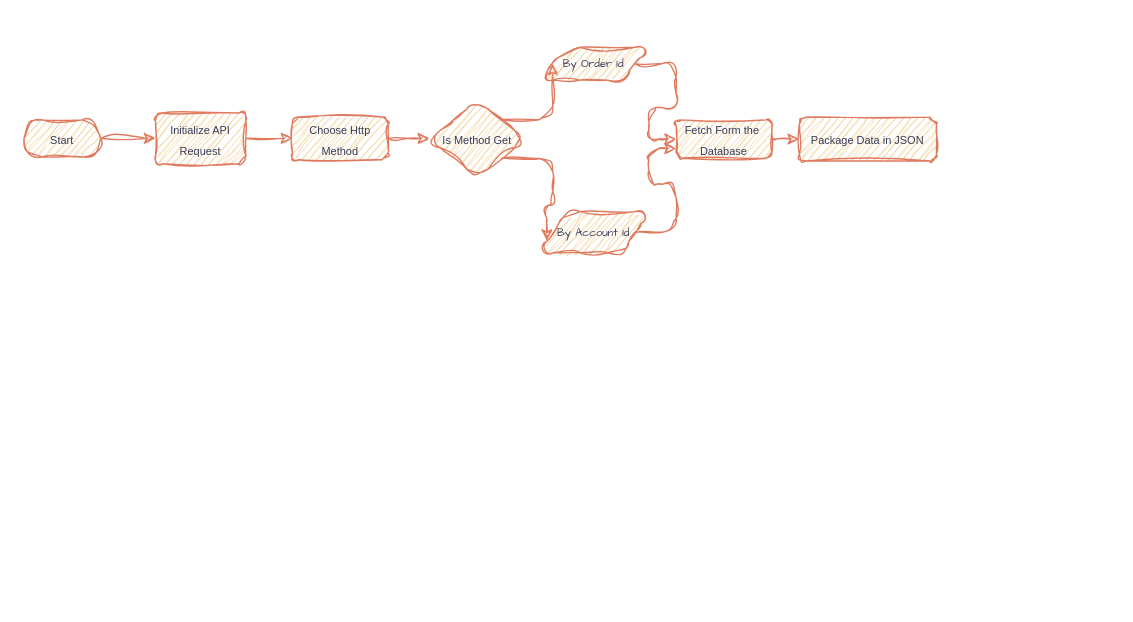
Above: Untitled Diagram.drawio in EliteMandy/Drawing (draw.io), before the change. Source tidied: cells renumbered, new cells numbered last; positions are measured from the earlier drawing's top-left corner, leaving out a move shared by most shapes. Both pictures are drawn from the tidied source at 137%, with x=0, y=0 at pixel (23, 47).
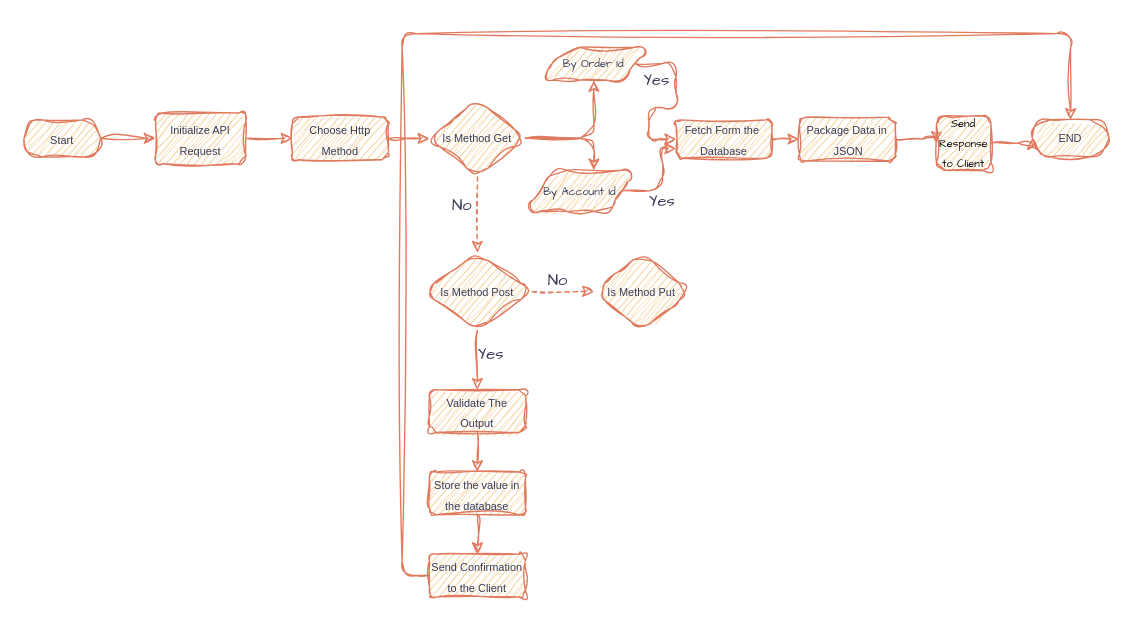
After the change.

Unchanged cells that the change refers to:
```xml
<mxCell id="12" value="&lt;font style=&quot;font-size: 8px;&quot;&gt;By Order Id&lt;/font&gt;" style="shape=parallelogram;perimeter=parallelogramPerimeter;whiteSpace=wrap;html=1;fixedSize=1;rounded=1;sketch=1;hachureGap=4;jiggle=2;curveFitting=1;strokeColor=#E07A5F;fontFamily=Architects Daughter;fontColor=#393C56;fillColor=#F2CC8F;" parent="1" vertex="1">
  <mxGeometry x="376" width="80" height="24" as="geometry" />
</mxCell>
```

The edit, as a diff of the source:
```diff
@@
-    <mxCell id="8" style="edgeStyle=orthogonalEdgeStyle;rounded=1;sketch=1;hachureGap=4;jiggle=2;curveFitting=1;jettySize=auto;html=1;exitX=1;exitY=0;exitDx=0;exitDy=0;entryX=0;entryY=0.5;entryDx=0;entryDy=0;strokeColor=#E07A5F;fontFamily=Architects Daughter;fontColor=#393C56;fillColor=#F2CC8F;" parent="1" edge="1" source="10" target="12">
+    <mxCell id="8" style="edgeStyle=orthogonalEdgeStyle;rounded=1;sketch=1;hachureGap=4;jiggle=2;curveFitting=1;jettySize=auto;html=1;exitX=1;exitY=0.5;exitDx=0;exitDy=0;entryX=0.5;entryY=1;entryDx=0;entryDy=0;strokeColor=#E07A5F;fontFamily=Architects Daughter;fontColor=#393C56;fillColor=#F2CC8F;" parent="1" edge="1" source="10" target="12">
       <mxGeometry relative="1" as="geometry" />
     </mxCell>
-    <mxCell id="9" style="edgeStyle=orthogonalEdgeStyle;rounded=1;sketch=1;hachureGap=4;jiggle=2;curveFitting=1;jettySize=auto;html=1;exitX=1;exitY=1;exitDx=0;exitDy=0;entryX=0;entryY=0.75;entryDx=0;entryDy=0;strokeColor=#E07A5F;fontFamily=Architects Daughter;fontColor=#393C56;fillColor=#F2CC8F;" parent="1" edge="1" source="10" target="14">
-      <mxGeometry relative="1" as="geometry" />
-    </mxCell>
+    <mxCell id="18" style="edgeStyle=orthogonalEdgeStyle;rounded=1;sketch=1;hachureGap=4;jiggle=2;curveFitting=1;jettySize=auto;html=1;exitX=0.5;exitY=1;exitDx=0;exitDy=0;entryX=0.5;entryY=0;entryDx=0;entryDy=0;strokeColor=#E07A5F;fontFamily=Architects Daughter;fontColor=#393C56;fillColor=#F2CC8F;dashed=1;" parent="1" edge="1" source="10" target="27">
+      <mxGeometry relative="1" as="geometry" />
+    </mxCell>
     <mxCell id="10" value="&lt;font style=&quot;font-size: 8px;&quot;&gt;Is Method Get&lt;/font&gt;" style="rhombus;whiteSpace=wrap;html=1;sketch=1;curveFitting=1;jiggle=2;labelBackgroundColor=none;fillColor=#F2CC8F;strokeColor=#E07A5F;fontColor=#393C56;rounded=1;" parent="1" vertex="1">
-      <mxGeometry x="296" y="38.8" width="70" height="56.5" as="geometry" />
+      <mxGeometry x="296" y="38.1" width="70" height="56.5" as="geometry" />
     </mxCell>
@@
     <mxCell id="14" value="&lt;font style=&quot;font-size: 8px;&quot;&gt;By Account Id&lt;/font&gt;" style="shape=parallelogram;perimeter=parallelogramPerimeter;whiteSpace=wrap;html=1;fixedSize=1;rounded=1;sketch=1;hachureGap=4;jiggle=2;curveFitting=1;strokeColor=#E07A5F;fontFamily=Architects Daughter;fontColor=#393C56;fillColor=#F2CC8F;" parent="1" vertex="1">
-      <mxGeometry x="376" y="120" width="80" height="30" as="geometry" />
+      <mxGeometry x="366" y="89.8" width="80" height="30" as="geometry" />
     </mxCell>
@@
+    <mxCell id="19" style="edgeStyle=orthogonalEdgeStyle;rounded=1;sketch=1;hachureGap=4;jiggle=2;curveFitting=1;jettySize=auto;html=1;exitX=1;exitY=0.5;exitDx=0;exitDy=0;entryX=0;entryY=0.5;entryDx=0;entryDy=0;strokeColor=#E07A5F;fontFamily=Architects Daughter;fontColor=#393C56;fillColor=#F2CC8F;" parent="1" edge="1" source="17" target="21">
+      <mxGeometry relative="1" as="geometry" />
+    </mxCell>
-    <mxCell id="17" value="&lt;font style=&quot;font-size: 8px;&quot;&gt;Package Data in JSON&lt;/font&gt;" style="rounded=1;whiteSpace=wrap;html=1;sketch=1;curveFitting=1;jiggle=2;labelBackgroundColor=none;fillColor=#F2CC8F;strokeColor=#E07A5F;fontColor=#393C56;" parent="1" vertex="1">
-      <mxGeometry x="566" y="51" width="100" height="32" as="geometry" />
+    <mxCell id="17" value="&lt;font style=&quot;font-size: 8px;&quot;&gt;Package Data in&lt;/font&gt;&lt;div&gt;&lt;font style=&quot;font-size: 8px;&quot;&gt;&amp;nbsp;JSON&lt;/font&gt;&lt;/div&gt;" style="rounded=1;whiteSpace=wrap;html=1;sketch=1;curveFitting=1;jiggle=2;labelBackgroundColor=none;fillColor=#F2CC8F;strokeColor=#E07A5F;fontColor=#393C56;" parent="1" vertex="1">
+      <mxGeometry x="566" y="51" width="70" height="32" as="geometry" />
     </mxCell>
+    <mxCell id="20" style="edgeStyle=orthogonalEdgeStyle;rounded=1;sketch=1;hachureGap=4;jiggle=2;curveFitting=1;jettySize=auto;html=1;exitX=1;exitY=0.5;exitDx=0;exitDy=0;entryX=0;entryY=0.5;entryDx=0;entryDy=0;strokeColor=#E07A5F;fontFamily=Architects Daughter;fontColor=#393C56;fillColor=#F2CC8F;" parent="1" edge="1" source="21" target="22">
+      <mxGeometry relative="1" as="geometry" />
+    </mxCell>
+    <mxCell id="21" value="&lt;span data-lucid-content=&quot;{&amp;quot;t&amp;quot;:&amp;quot;Send Response to Client&amp;quot;,&amp;quot;m&amp;quot;:[{&amp;quot;s&amp;quot;:0,&amp;quot;n&amp;quot;:&amp;quot;p&amp;quot;,&amp;quot;v&amp;quot;:1.2},{&amp;quot;s&amp;quot;:0,&amp;quot;n&amp;quot;:&amp;quot;s&amp;quot;,&amp;quot;v&amp;quot;:22.22222222222222,&amp;quot;e&amp;quot;:23},{&amp;quot;s&amp;quot;:0,&amp;quot;n&amp;quot;:&amp;quot;fsp&amp;quot;,&amp;quot;v&amp;quot;:&amp;quot;ss_presetShapeStyle2_textStyle&amp;quot;,&amp;quot;e&amp;quot;:23},{&amp;quot;s&amp;quot;:0,&amp;quot;n&amp;quot;:&amp;quot;fsp2&amp;quot;,&amp;quot;v&amp;quot;:&amp;quot;ss_presetShapeStyle2_textStyle&amp;quot;,&amp;quot;e&amp;quot;:23}]}&quot;&gt;&lt;span style=&quot;color: rgb(0, 0, 0);&quot;&gt;&lt;font style=&quot;font-size: 8px;&quot;&gt;Send Response to Client&lt;/font&gt;&lt;/span&gt;&lt;/span&gt;" style="whiteSpace=wrap;html=1;rounded=1;sketch=1;hachureGap=4;jiggle=2;curveFitting=1;strokeColor=#E07A5F;fontFamily=Architects Daughter;fontColor=#393C56;fillColor=#F2CC8F;" parent="1" vertex="1">
+      <mxGeometry x="666" y="50" width="39.8" height="39.8" as="geometry" />
+    </mxCell>
+    <mxCell id="22" value="&lt;font style=&quot;font-size: 8px;&quot;&gt;END&lt;/font&gt;" style="rounded=1;whiteSpace=wrap;html=1;arcSize=50;sketch=1;curveFitting=1;jiggle=2;labelBackgroundColor=none;fillColor=#F2CC8F;strokeColor=#E07A5F;fontColor=#393C56;" parent="1" vertex="1">
+      <mxGeometry x="736" y="52.9" width="56" height="27" as="geometry" />
+    </mxCell>
+    <mxCell id="23" value="Yes" style="text;html=1;align=center;verticalAlign=middle;whiteSpace=wrap;rounded=0;fontFamily=Architects Daughter;fontColor=#393C56;" parent="1" vertex="1">
+      <mxGeometry x="432" y="10" width="60" height="30" as="geometry" />
+    </mxCell>
+    <mxCell id="24" value="Yes" style="text;html=1;align=center;verticalAlign=middle;whiteSpace=wrap;rounded=0;fontFamily=Architects Daughter;fontColor=#393C56;" parent="1" vertex="1">
+      <mxGeometry x="436" y="98" width="60" height="30" as="geometry" />
+    </mxCell>
+    <mxCell id="9" style="edgeStyle=orthogonalEdgeStyle;rounded=1;sketch=1;hachureGap=4;jiggle=2;curveFitting=1;jettySize=auto;html=1;exitX=1;exitY=0.5;exitDx=0;exitDy=0;entryX=0.625;entryY=0;entryDx=0;entryDy=0;entryPerimeter=0;strokeColor=#E07A5F;fontFamily=Architects Daughter;fontColor=#393C56;fillColor=#F2CC8F;" parent="1" edge="1" source="10" target="14">
+      <mxGeometry relative="1" as="geometry" />
+    </mxCell>
+    <mxCell id="25" style="edgeStyle=orthogonalEdgeStyle;rounded=1;sketch=1;hachureGap=4;jiggle=2;curveFitting=1;jettySize=auto;html=1;exitX=1;exitY=0.5;exitDx=0;exitDy=0;entryX=0;entryY=0.5;entryDx=0;entryDy=0;strokeColor=#E07A5F;fontFamily=Architects Daughter;fontColor=#393C56;fillColor=#F2CC8F;dashed=1;" parent="1" edge="1" source="27" target="29">
+      <mxGeometry relative="1" as="geometry" />
+    </mxCell>
+    <mxCell id="26" style="edgeStyle=orthogonalEdgeStyle;rounded=1;sketch=1;hachureGap=4;jiggle=2;curveFitting=1;jettySize=auto;html=1;exitX=0.5;exitY=1;exitDx=0;exitDy=0;entryX=0.5;entryY=0;entryDx=0;entryDy=0;strokeColor=#E07A5F;fontFamily=Architects Daughter;fontColor=#393C56;fillColor=#F2CC8F;" parent="1" edge="1" source="27" target="32">
+      <mxGeometry relative="1" as="geometry" />
+    </mxCell>
+    <mxCell id="27" value="&lt;font style=&quot;font-size: 8px;&quot;&gt;Is Method Post&lt;/font&gt;" style="rhombus;whiteSpace=wrap;html=1;sketch=1;curveFitting=1;jiggle=2;labelBackgroundColor=none;fillColor=#F2CC8F;strokeColor=#E07A5F;fontColor=#393C56;rounded=1;" parent="1" vertex="1">
+      <mxGeometry x="291" y="150" width="80" height="56.5" as="geometry" />
+    </mxCell>
+    <mxCell id="28" value="No" style="text;html=1;align=center;verticalAlign=middle;whiteSpace=wrap;rounded=0;fontFamily=Architects Daughter;fontColor=#393C56;" parent="1" vertex="1">
+      <mxGeometry x="290" y="101" width="60" height="30" as="geometry" />
+    </mxCell>
+    <mxCell id="29" value="&lt;font style=&quot;font-size: 8px;&quot;&gt;Is Method Put&lt;/font&gt;" style="rhombus;whiteSpace=wrap;html=1;sketch=1;curveFitting=1;jiggle=2;labelBackgroundColor=none;fillColor=#F2CC8F;strokeColor=#E07A5F;fontColor=#393C56;rounded=1;" parent="1" vertex="1">
+      <mxGeometry x="416" y="150" width="70" height="56.5" as="geometry" />
+    </mxCell>
+    <mxCell id="30" value="No" style="text;html=1;align=center;verticalAlign=middle;whiteSpace=wrap;rounded=0;fontFamily=Architects Daughter;fontColor=#393C56;" parent="1" vertex="1">
+      <mxGeometry x="360" y="156" width="60" height="30" as="geometry" />
+    </mxCell>
+    <mxCell id="31" style="edgeStyle=orthogonalEdgeStyle;rounded=1;sketch=1;hachureGap=4;jiggle=2;curveFitting=1;jettySize=auto;html=1;exitX=0.5;exitY=1;exitDx=0;exitDy=0;entryX=0.5;entryY=0;entryDx=0;entryDy=0;strokeColor=#E07A5F;fontFamily=Architects Daughter;fontColor=#393C56;fillColor=#F2CC8F;" parent="1" edge="1" source="32" target="35">
+      <mxGeometry relative="1" as="geometry" />
+    </mxCell>
+    <mxCell id="32" value="&lt;font style=&quot;font-size: 8px;&quot;&gt;Validate The Output&lt;/font&gt;" style="rounded=1;whiteSpace=wrap;html=1;sketch=1;curveFitting=1;jiggle=2;labelBackgroundColor=none;fillColor=#F2CC8F;strokeColor=#E07A5F;fontColor=#393C56;" parent="1" vertex="1">
+      <mxGeometry x="296" y="250" width="70" height="31.2" as="geometry" />
+    </mxCell>
+    <mxCell id="33" value="Yes" style="text;html=1;align=center;verticalAlign=middle;whiteSpace=wrap;rounded=0;fontFamily=Architects Daughter;fontColor=#393C56;" parent="1" vertex="1">
+      <mxGeometry x="311" y="210" width="60" height="30" as="geometry" />
+    </mxCell>
+    <mxCell id="34" style="edgeStyle=orthogonalEdgeStyle;rounded=1;sketch=1;hachureGap=4;jiggle=2;curveFitting=1;jettySize=auto;html=1;exitX=0.5;exitY=1;exitDx=0;exitDy=0;entryX=0.5;entryY=0;entryDx=0;entryDy=0;strokeColor=#E07A5F;fontFamily=Architects Daughter;fontColor=#393C56;fillColor=#F2CC8F;" parent="1" edge="1" source="35" target="37">
+      <mxGeometry relative="1" as="geometry" />
+    </mxCell>
+    <mxCell id="35" value="&lt;font style=&quot;font-size: 8px;&quot;&gt;Store the value in the database&lt;/font&gt;" style="rounded=1;whiteSpace=wrap;html=1;sketch=1;curveFitting=1;jiggle=2;labelBackgroundColor=none;fillColor=#F2CC8F;strokeColor=#E07A5F;fontColor=#393C56;" parent="1" vertex="1">
+      <mxGeometry x="296" y="310" width="70" height="31.2" as="geometry" />
+    </mxCell>
+    <mxCell id="36" style="edgeStyle=orthogonalEdgeStyle;rounded=1;sketch=1;hachureGap=4;jiggle=2;curveFitting=1;jettySize=auto;html=1;exitX=0;exitY=0.5;exitDx=0;exitDy=0;strokeColor=#E07A5F;fontFamily=Architects Daughter;fontColor=#393C56;fillColor=#F2CC8F;entryX=0.5;entryY=0;entryDx=0;entryDy=0;" parent="1" edge="1" source="37" target="22">
+      <mxGeometry relative="1" as="geometry">
+        <Array as="points">
+          <mxPoint x="276" y="386" />
+          <mxPoint x="276" y="-10" />
+          <mxPoint x="764" y="-10" />
+        </Array>
+      </mxGeometry>
+    </mxCell>
+    <mxCell id="37" value="&lt;font style=&quot;font-size: 8px;&quot;&gt;Send Confirmation to the Client&lt;/font&gt;" style="rounded=1;whiteSpace=wrap;html=1;sketch=1;curveFitting=1;jiggle=2;labelBackgroundColor=none;fillColor=#F2CC8F;strokeColor=#E07A5F;fontColor=#393C56;" parent="1" vertex="1">
+      <mxGeometry x="296" y="370" width="70" height="31.2" as="geometry" />
+    </mxCell>
```
